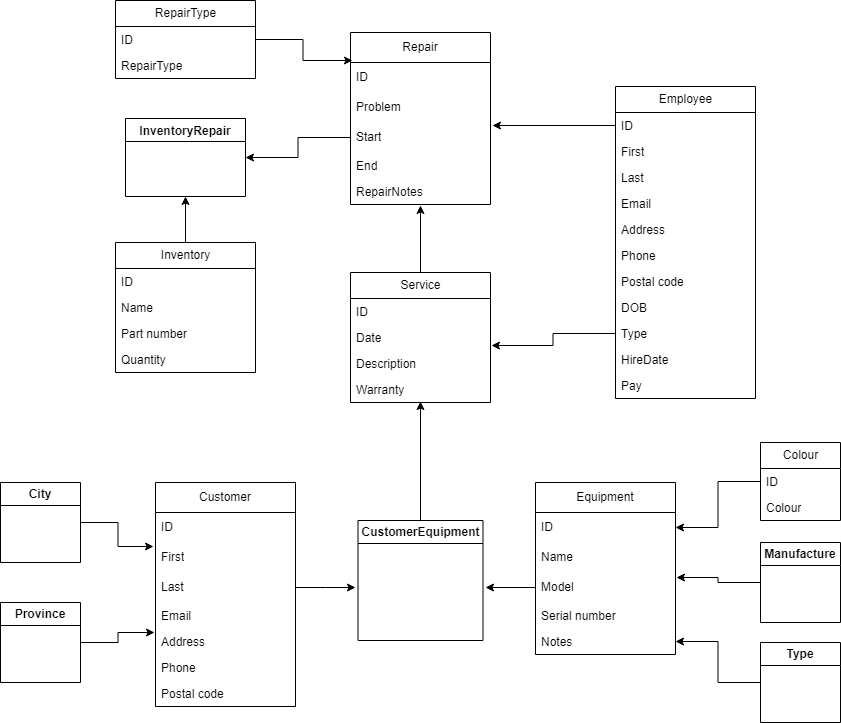
This is EmmasSmallEnginesDataModel.png from mkari1/PixelPerfect-Prog1180, a draw.io export, as it was before one commit. Source tidied: cells renumbered, new cells last; positions are measured from the earlier drawing's top-left corner, leaving out a move shared by most shapes.
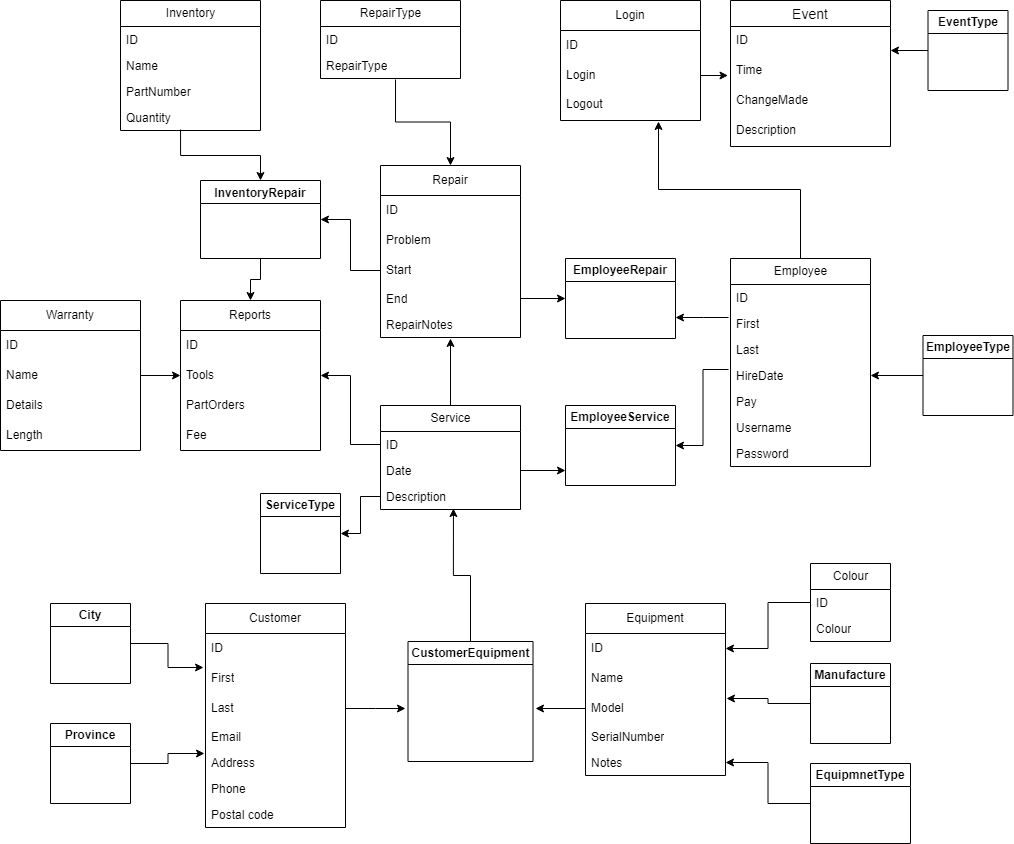
Above is the later version.

Diff of the diagram source:
```diff
@@ -50,3 +50,3 @@
     </mxCell>
-    <mxCell id="16" value="Serial number" style="text;strokeColor=none;fillColor=none;align=left;verticalAlign=top;spacingLeft=4;spacingRight=4;overflow=hidden;whiteSpace=wrap;html=1;" parent="11" vertex="1">
+    <mxCell id="16" value="SerialNumber" style="text;strokeColor=none;fillColor=none;align=left;verticalAlign=top;spacingLeft=4;spacingRight=4;overflow=hidden;whiteSpace=wrap;html=1;" parent="11" vertex="1">
       <mxGeometry y="120" width="140" height="26" as="geometry" />
@@ -60,3 +60,3 @@
     <mxCell id="19" value="Repair" style="swimlane;fontStyle=0;horizontal=1;startSize=30;whiteSpace=wrap;html=1;labelBackgroundColor=default;" parent="1" vertex="1">
-      <mxGeometry x="350" y="32" width="140" height="172" as="geometry" />
+      <mxGeometry x="330" y="44" width="140" height="172" as="geometry" />
     </mxCell>
@@ -86,4 +86,4 @@
     </mxCell>
-    <mxCell id="28" value="Type" style="swimlane;whiteSpace=wrap;html=1;startSize=23;" parent="1" vertex="1">
-      <mxGeometry x="760" y="642" width="80" height="80" as="geometry" />
+    <mxCell id="28" value="EquipmnetType" style="swimlane;whiteSpace=wrap;html=1;startSize=23;" parent="1" vertex="1">
+      <mxGeometry x="760" y="642" width="100" height="80" as="geometry" />
     </mxCell>
@@ -99,3 +99,3 @@
     <mxCell id="32" value="Service" style="swimlane;fontStyle=0;horizontal=1;startSize=26;fillColor=none;html=1;" parent="1" vertex="1">
-      <mxGeometry x="350" y="272" width="140" height="130" as="geometry" />
+      <mxGeometry x="330" y="284" width="140" height="104" as="geometry" />
     </mxCell>
@@ -104,2 +104,7 @@
     </mxCell>
+    <mxCell id="70" style="edgeStyle=orthogonalEdgeStyle;rounded=0;jettySize=auto;html=1;exitX=1;exitY=0.5;exitDx=0;exitDy=0;" parent="32" edge="1" source="34">
+      <mxGeometry relative="1" as="geometry">
+        <mxPoint x="185" y="65" as="targetPoint" />
+      </mxGeometry>
+    </mxCell>
     <mxCell id="34" value="Date" style="text;strokeColor=none;fillColor=none;align=left;verticalAlign=top;spacingLeft=4;spacingRight=4;overflow=hidden;points=[[0,0.5],[1,0.5]];portConstraint=eastwest;whiteSpace=wrap;html=1;" parent="32" vertex="1">
@@ -110,5 +115,2 @@
     </mxCell>
-    <mxCell id="36" value="Warranty" style="text;strokeColor=none;fillColor=none;align=left;verticalAlign=top;spacingLeft=4;spacingRight=4;overflow=hidden;points=[[0,0.5],[1,0.5]];portConstraint=eastwest;whiteSpace=wrap;html=1;" parent="32" vertex="1">
-      <mxGeometry y="104" width="140" height="26" as="geometry" />
-    </mxCell>
     <mxCell id="37" style="edgeStyle=orthogonalEdgeStyle;rounded=0;jettySize=auto;html=1;exitX=0.5;exitY=0;exitDx=0;exitDy=0;entryX=0.5;entryY=1.038;entryDx=0;entryDy=0;entryPerimeter=0;" parent="1" edge="1" source="32" target="24">
@@ -117,3 +119,3 @@
     <mxCell id="38" value="Employee" style="swimlane;fontStyle=0;horizontal=1;startSize=26;fillColor=none;html=1;" parent="1" vertex="1">
-      <mxGeometry x="615" y="86" width="140" height="312" as="geometry" />
+      <mxGeometry x="680" y="137" width="140" height="208" as="geometry" />
     </mxCell>
@@ -128,28 +130,16 @@
     </mxCell>
-    <mxCell id="42" value="Email" style="text;strokeColor=none;fillColor=none;align=left;verticalAlign=top;spacingLeft=4;spacingRight=4;overflow=hidden;whiteSpace=wrap;html=1;" parent="38" vertex="1">
-      <mxGeometry y="104" width="140" height="26" as="geometry" />
-    </mxCell>
-    <mxCell id="43" value="Address" style="text;strokeColor=none;fillColor=none;align=left;verticalAlign=top;spacingLeft=4;spacingRight=4;overflow=hidden;whiteSpace=wrap;html=1;" parent="38" vertex="1">
-      <mxGeometry y="130" width="140" height="26" as="geometry" />
-    </mxCell>
-    <mxCell id="44" value="Phone" style="text;strokeColor=none;fillColor=none;align=left;verticalAlign=top;spacingLeft=4;spacingRight=4;overflow=hidden;whiteSpace=wrap;html=1;" parent="38" vertex="1">
-      <mxGeometry y="156" width="140" height="26" as="geometry" />
-    </mxCell>
-    <mxCell id="45" value="Postal code" style="text;strokeColor=none;fillColor=none;align=left;verticalAlign=top;spacingLeft=4;spacingRight=4;overflow=hidden;whiteSpace=wrap;html=1;" parent="38" vertex="1">
-      <mxGeometry y="182" width="140" height="26" as="geometry" />
-    </mxCell>
-    <mxCell id="46" value="DOB" style="text;strokeColor=none;fillColor=none;align=left;verticalAlign=top;spacingLeft=4;spacingRight=4;overflow=hidden;whiteSpace=wrap;html=1;" parent="38" vertex="1">
-      <mxGeometry y="208" width="140" height="26" as="geometry" />
-    </mxCell>
-    <mxCell id="47" value="Type" style="text;strokeColor=none;fillColor=none;align=left;verticalAlign=top;spacingLeft=4;spacingRight=4;overflow=hidden;points=[[0,0.5],[1,0.5]];portConstraint=eastwest;whiteSpace=wrap;html=1;" parent="38" vertex="1">
-      <mxGeometry y="234" width="140" height="26" as="geometry" />
-    </mxCell>
     <mxCell id="48" value="HireDate" style="text;strokeColor=none;fillColor=none;align=left;verticalAlign=top;spacingLeft=4;spacingRight=4;overflow=hidden;points=[[0,0.5],[1,0.5]];portConstraint=eastwest;whiteSpace=wrap;html=1;" parent="38" vertex="1">
-      <mxGeometry y="260" width="140" height="26" as="geometry" />
+      <mxGeometry y="104" width="140" height="26" as="geometry" />
     </mxCell>
     <mxCell id="49" value="Pay" style="text;strokeColor=none;fillColor=none;align=left;verticalAlign=top;spacingLeft=4;spacingRight=4;overflow=hidden;whiteSpace=wrap;html=1;" parent="38" vertex="1">
-      <mxGeometry y="286" width="140" height="26" as="geometry" />
+      <mxGeometry y="130" width="140" height="26" as="geometry" />
     </mxCell>
+    <mxCell id="42" value="Username" style="text;strokeColor=none;fillColor=none;align=left;verticalAlign=top;spacingLeft=4;spacingRight=4;overflow=hidden;whiteSpace=wrap;html=1;" parent="38" vertex="1">
+      <mxGeometry y="156" width="140" height="26" as="geometry" />
+    </mxCell>
+    <mxCell id="44" value="Password" style="text;strokeColor=none;fillColor=none;align=left;verticalAlign=top;spacingLeft=4;spacingRight=4;overflow=hidden;whiteSpace=wrap;html=1;" parent="38" vertex="1">
+      <mxGeometry y="182" width="140" height="26" as="geometry" />
+    </mxCell>
     <mxCell id="50" value="RepairType" style="swimlane;fontStyle=0;horizontal=1;startSize=26;fillColor=none;html=1;" parent="1" vertex="1">
-      <mxGeometry x="115" width="140" height="78" as="geometry" />
+      <mxGeometry x="270" y="-121" width="140" height="78" as="geometry" />
     </mxCell>
@@ -161,10 +151,4 @@
     </mxCell>
-    <mxCell id="53" style="edgeStyle=orthogonalEdgeStyle;rounded=0;jettySize=auto;html=1;exitX=1;exitY=0.5;exitDx=0;exitDy=0;entryX=0.014;entryY=-0.067;entryDx=0;entryDy=0;entryPerimeter=0;" parent="1" edge="1" source="51" target="20">
-      <mxGeometry relative="1" as="geometry" />
-    </mxCell>
-    <mxCell id="54" style="edgeStyle=orthogonalEdgeStyle;rounded=0;jettySize=auto;html=1;exitX=0.5;exitY=0;exitDx=0;exitDy=0;entryX=0.5;entryY=1;entryDx=0;entryDy=0;" parent="1" edge="1" source="55" target="66">
-      <mxGeometry relative="1" as="geometry" />
-    </mxCell>
     <mxCell id="55" value="Inventory" style="swimlane;fontStyle=0;horizontal=1;startSize=26;fillColor=none;html=1;" parent="1" vertex="1">
-      <mxGeometry x="115" y="242" width="140" height="130" as="geometry" />
+      <mxGeometry x="70" y="-121" width="140" height="130" as="geometry" />
     </mxCell>
@@ -176,3 +160,3 @@
     </mxCell>
-    <mxCell id="58" value="Part number" style="text;strokeColor=none;fillColor=none;align=left;verticalAlign=top;spacingLeft=4;spacingRight=4;overflow=hidden;whiteSpace=wrap;html=1;" parent="55" vertex="1">
+    <mxCell id="58" value="PartNumber" style="text;strokeColor=none;fillColor=none;align=left;verticalAlign=top;spacingLeft=4;spacingRight=4;overflow=hidden;whiteSpace=wrap;html=1;" parent="55" vertex="1">
       <mxGeometry y="78" width="140" height="26" as="geometry" />
@@ -197,7 +181,10 @@
     </mxCell>
-    <mxCell id="65" style="edgeStyle=orthogonalEdgeStyle;rounded=0;jettySize=auto;html=1;exitX=0.5;exitY=0;exitDx=0;exitDy=0;entryX=0.5;entryY=0.962;entryDx=0;entryDy=0;entryPerimeter=0;" parent="1" edge="1" source="60" target="36">
+    <mxCell id="65" style="edgeStyle=orthogonalEdgeStyle;rounded=0;jettySize=auto;html=1;exitX=0.5;exitY=0;exitDx=0;exitDy=0;entryX=0.521;entryY=0.962;entryDx=0;entryDy=0;entryPerimeter=0;" parent="1" edge="1" source="60" target="35">
       <mxGeometry relative="1" as="geometry" />
     </mxCell>
+    <mxCell id="71" style="edgeStyle=orthogonalEdgeStyle;rounded=0;jettySize=auto;html=1;exitX=0.5;exitY=1;exitDx=0;exitDy=0;entryX=0.5;entryY=0;entryDx=0;entryDy=0;" parent="1" edge="1" source="66" target="94">
+      <mxGeometry relative="1" as="geometry" />
+    </mxCell>
     <mxCell id="66" value="InventoryRepair" style="swimlane;" parent="1" vertex="1">
-      <mxGeometry x="125" y="118" width="120" height="78" as="geometry" />
+      <mxGeometry x="150" y="59" width="120" height="78" as="geometry" />
     </mxCell>
@@ -206,8 +193,114 @@
     </mxCell>
-    <mxCell id="68" style="edgeStyle=orthogonalEdgeStyle;rounded=0;jettySize=auto;html=1;exitX=0;exitY=0.5;exitDx=0;exitDy=0;entryX=1.014;entryY=0.1;entryDx=0;entryDy=0;entryPerimeter=0;" parent="1" edge="1" source="39" target="22">
-      <mxGeometry relative="1" as="geometry" />
-    </mxCell>
-    <mxCell id="69" style="edgeStyle=orthogonalEdgeStyle;rounded=0;jettySize=auto;html=1;exitX=0;exitY=0.5;exitDx=0;exitDy=0;entryX=1.007;entryY=0.808;entryDx=0;entryDy=0;entryPerimeter=0;" parent="1" edge="1" source="47" target="34">
-      <mxGeometry relative="1" as="geometry" />
-    </mxCell>
+    <mxCell id="72" value="EmployeeRepair" style="swimlane;whiteSpace=wrap;html=1;" parent="1" vertex="1">
+      <mxGeometry x="515" y="137" width="110" height="80" as="geometry" />
+    </mxCell>
+    <mxCell id="73" value="EmployeeService" style="swimlane;whiteSpace=wrap;html=1;" parent="1" vertex="1">
+      <mxGeometry x="515" y="284" width="110" height="80" as="geometry" />
+    </mxCell>
+    <mxCell id="74" style="edgeStyle=orthogonalEdgeStyle;rounded=0;jettySize=auto;html=1;exitX=-0.014;exitY=0.269;exitDx=0;exitDy=0;entryX=1;entryY=0.5;entryDx=0;entryDy=0;exitPerimeter=0;" parent="1" edge="1" source="48" target="73">
+      <mxGeometry relative="1" as="geometry" />
+    </mxCell>
+    <mxCell id="75" style="edgeStyle=orthogonalEdgeStyle;rounded=0;jettySize=auto;html=1;exitX=-0.014;exitY=0.269;exitDx=0;exitDy=0;exitPerimeter=0;" parent="1" edge="1" source="40">
+      <mxGeometry relative="1" as="geometry">
+        <mxPoint x="625" y="196" as="targetPoint" />
+      </mxGeometry>
+    </mxCell>
+    <mxCell id="76" style="edgeStyle=orthogonalEdgeStyle;rounded=0;jettySize=auto;html=1;exitX=1;exitY=0.5;exitDx=0;exitDy=0;entryX=0;entryY=0.5;entryDx=0;entryDy=0;" parent="1" edge="1" source="23" target="72">
+      <mxGeometry relative="1" as="geometry" />
+    </mxCell>
+    <mxCell id="77" value="Login" style="swimlane;fontStyle=0;horizontal=1;startSize=30;whiteSpace=wrap;html=1;" parent="1" vertex="1">
+      <mxGeometry x="510" y="-121" width="140" height="120" as="geometry" />
+    </mxCell>
+    <mxCell id="78" value="ID" style="text;strokeColor=none;fillColor=none;align=left;verticalAlign=middle;spacingLeft=4;spacingRight=4;overflow=hidden;whiteSpace=wrap;html=1;" parent="77" vertex="1">
+      <mxGeometry y="30" width="140" height="30" as="geometry" />
+    </mxCell>
+    <mxCell id="79" value="Login" style="text;strokeColor=none;fillColor=none;align=left;verticalAlign=middle;spacingLeft=4;spacingRight=4;overflow=hidden;points=[[0,0.5],[1,0.5]];portConstraint=eastwest;whiteSpace=wrap;html=1;" parent="77" vertex="1">
+      <mxGeometry y="60" width="140" height="30" as="geometry" />
+    </mxCell>
+    <mxCell id="80" value="Logout" style="text;strokeColor=none;fillColor=none;spacingLeft=4;spacingRight=4;overflow=hidden;points=[[0,0.5],[1,0.5]];portConstraint=eastwest;fontSize=12;whiteSpace=wrap;html=1;" parent="77" vertex="1">
+      <mxGeometry y="90" width="140" height="30" as="geometry" />
+    </mxCell>
+    <mxCell id="81" value="Event" style="swimlane;fontStyle=0;horizontal=1;startSize=26;align=center;fontSize=14;" parent="1" vertex="1">
+      <mxGeometry x="680" y="-121" width="160" height="146" as="geometry" />
+    </mxCell>
+    <mxCell id="82" value="ID" style="text;strokeColor=none;fillColor=none;spacingLeft=4;spacingRight=4;overflow=hidden;points=[[0,0.5],[1,0.5]];portConstraint=eastwest;fontSize=12;whiteSpace=wrap;html=1;" parent="81" vertex="1">
+      <mxGeometry y="26" width="160" height="30" as="geometry" />
+    </mxCell>
+    <mxCell id="83" value="Time" style="text;strokeColor=none;fillColor=none;spacingLeft=4;spacingRight=4;overflow=hidden;fontSize=12;whiteSpace=wrap;html=1;" parent="81" vertex="1">
+      <mxGeometry y="56" width="160" height="30" as="geometry" />
+    </mxCell>
+    <mxCell id="84" value="ChangeMade" style="text;strokeColor=none;fillColor=none;spacingLeft=4;spacingRight=4;overflow=hidden;fontSize=12;whiteSpace=wrap;html=1;" parent="81" vertex="1">
+      <mxGeometry y="86" width="160" height="30" as="geometry" />
+    </mxCell>
+    <mxCell id="85" value="Description" style="text;strokeColor=none;fillColor=none;spacingLeft=4;spacingRight=4;overflow=hidden;fontSize=12;whiteSpace=wrap;html=1;" parent="81" vertex="1">
+      <mxGeometry y="116" width="160" height="30" as="geometry" />
+    </mxCell>
+    <mxCell id="86" value="EventType" style="swimlane;whiteSpace=wrap;html=1;startSize=23;" parent="1" vertex="1">
+      <mxGeometry x="877.5" y="-111" width="80" height="80" as="geometry" />
+    </mxCell>
+    <mxCell id="87" style="edgeStyle=orthogonalEdgeStyle;rounded=0;jettySize=auto;html=1;exitX=0;exitY=0.5;exitDx=0;exitDy=0;entryX=1;entryY=0.833;entryDx=0;entryDy=0;entryPerimeter=0;" parent="1" edge="1" source="86" target="82">
+      <mxGeometry relative="1" as="geometry" />
+    </mxCell>
+    <mxCell id="88" style="edgeStyle=orthogonalEdgeStyle;rounded=0;jettySize=auto;html=1;exitX=0;exitY=0.5;exitDx=0;exitDy=0;entryX=1;entryY=0.5;entryDx=0;entryDy=0;" parent="1" edge="1" source="89" target="48">
+      <mxGeometry relative="1" as="geometry" />
+    </mxCell>
+    <mxCell id="89" value="EmployeeType" style="swimlane;whiteSpace=wrap;html=1;startSize=23;" parent="1" vertex="1">
+      <mxGeometry x="872.5" y="214" width="90" height="80" as="geometry" />
+    </mxCell>
+    <mxCell id="90" style="edgeStyle=orthogonalEdgeStyle;rounded=0;jettySize=auto;html=1;exitX=1;exitY=0.5;exitDx=0;exitDy=0;" parent="1" edge="1" source="79">
+      <mxGeometry relative="1" as="geometry">
+        <mxPoint x="677.5" y="-46" as="targetPoint" />
+      </mxGeometry>
+    </mxCell>
+    <mxCell id="91" style="edgeStyle=orthogonalEdgeStyle;rounded=0;jettySize=auto;html=1;exitX=0.5;exitY=0;exitDx=0;exitDy=0;entryX=0.7;entryY=1.033;entryDx=0;entryDy=0;entryPerimeter=0;" parent="1" edge="1" source="38" target="80">
+      <mxGeometry relative="1" as="geometry" />
+    </mxCell>
+    <mxCell id="92" style="edgeStyle=orthogonalEdgeStyle;rounded=0;jettySize=auto;html=1;exitX=0.536;exitY=1.038;exitDx=0;exitDy=0;entryX=0.5;entryY=0;entryDx=0;entryDy=0;exitPerimeter=0;" parent="1" edge="1" source="52" target="19">
+      <mxGeometry relative="1" as="geometry" />
+    </mxCell>
+    <mxCell id="93" style="edgeStyle=orthogonalEdgeStyle;rounded=0;jettySize=auto;html=1;exitX=0.429;exitY=0.962;exitDx=0;exitDy=0;entryX=0.5;entryY=0;entryDx=0;entryDy=0;exitPerimeter=0;" parent="1" edge="1" source="59" target="66">
+      <mxGeometry relative="1" as="geometry" />
+    </mxCell>
+    <mxCell id="94" value="Reports" style="swimlane;fontStyle=0;horizontal=1;startSize=30;whiteSpace=wrap;html=1;" parent="1" vertex="1">
+      <mxGeometry x="130" y="179" width="140" height="150" as="geometry" />
+    </mxCell>
+    <mxCell id="95" value="ID" style="text;strokeColor=none;fillColor=none;align=left;verticalAlign=middle;spacingLeft=4;spacingRight=4;overflow=hidden;whiteSpace=wrap;html=1;" parent="94" vertex="1">
+      <mxGeometry y="30" width="140" height="30" as="geometry" />
+    </mxCell>
+    <mxCell id="96" value="Tools&lt;br&gt;" style="text;strokeColor=none;fillColor=none;align=left;verticalAlign=middle;spacingLeft=4;spacingRight=4;overflow=hidden;points=[[0,0.5],[1,0.5]];portConstraint=eastwest;whiteSpace=wrap;html=1;" parent="94" vertex="1">
+      <mxGeometry y="60" width="140" height="30" as="geometry" />
+    </mxCell>
+    <mxCell id="97" value="PartOrders" style="text;strokeColor=none;fillColor=none;align=left;verticalAlign=middle;spacingLeft=4;spacingRight=4;overflow=hidden;whiteSpace=wrap;html=1;" parent="94" vertex="1">
+      <mxGeometry y="90" width="140" height="30" as="geometry" />
+    </mxCell>
+    <mxCell id="98" value="Fee" style="text;strokeColor=none;fillColor=none;align=left;verticalAlign=middle;spacingLeft=4;spacingRight=4;overflow=hidden;whiteSpace=wrap;html=1;" parent="94" vertex="1">
+      <mxGeometry y="120" width="140" height="30" as="geometry" />
+    </mxCell>
+    <mxCell id="99" style="edgeStyle=orthogonalEdgeStyle;rounded=0;jettySize=auto;html=1;exitX=0;exitY=0.5;exitDx=0;exitDy=0;entryX=1;entryY=0.5;entryDx=0;entryDy=0;" parent="1" edge="1" source="33" target="96">
+      <mxGeometry relative="1" as="geometry" />
+    </mxCell>
+    <mxCell id="100" value="ServiceType" style="swimlane;whiteSpace=wrap;html=1;startSize=23;" parent="1" vertex="1">
+      <mxGeometry x="210" y="372" width="80" height="80" as="geometry" />
+    </mxCell>
+    <mxCell id="101" style="edgeStyle=orthogonalEdgeStyle;rounded=0;jettySize=auto;html=1;exitX=0;exitY=0.5;exitDx=0;exitDy=0;entryX=1;entryY=0.5;entryDx=0;entryDy=0;" parent="1" edge="1" source="35" target="100">
+      <mxGeometry relative="1" as="geometry" />
+    </mxCell>
+    <mxCell id="36" value="Warranty" style="swimlane;fontStyle=0;horizontal=1;startSize=30;whiteSpace=wrap;html=1;" parent="1" vertex="1">
+      <mxGeometry x="-50" y="179" width="140" height="150" as="geometry" />
+    </mxCell>
+    <mxCell id="102" value="ID" style="text;strokeColor=none;fillColor=none;align=left;verticalAlign=middle;spacingLeft=4;spacingRight=4;overflow=hidden;whiteSpace=wrap;html=1;" parent="36" vertex="1">
+      <mxGeometry y="30" width="140" height="30" as="geometry" />
+    </mxCell>
+    <mxCell id="103" value="Name" style="text;strokeColor=none;fillColor=none;align=left;verticalAlign=middle;spacingLeft=4;spacingRight=4;overflow=hidden;points=[[0,0.5],[1,0.5]];portConstraint=eastwest;whiteSpace=wrap;html=1;" parent="36" vertex="1">
+      <mxGeometry y="60" width="140" height="30" as="geometry" />
+    </mxCell>
+    <mxCell id="104" value="Details" style="text;strokeColor=none;fillColor=none;align=left;verticalAlign=middle;spacingLeft=4;spacingRight=4;overflow=hidden;whiteSpace=wrap;html=1;" parent="36" vertex="1">
+      <mxGeometry y="90" width="140" height="30" as="geometry" />
+    </mxCell>
+    <mxCell id="105" value="Length" style="text;strokeColor=none;fillColor=none;align=left;verticalAlign=middle;spacingLeft=4;spacingRight=4;overflow=hidden;whiteSpace=wrap;html=1;" parent="36" vertex="1">
+      <mxGeometry y="120" width="140" height="30" as="geometry" />
+    </mxCell>
+    <mxCell id="106" style="edgeStyle=orthogonalEdgeStyle;rounded=0;jettySize=auto;html=1;exitX=1;exitY=0.5;exitDx=0;exitDy=0;entryX=0;entryY=0.5;entryDx=0;entryDy=0;" parent="1" edge="1" source="103" target="96">
+      <mxGeometry relative="1" as="geometry" />
+    </mxCell>
   </root>
```
